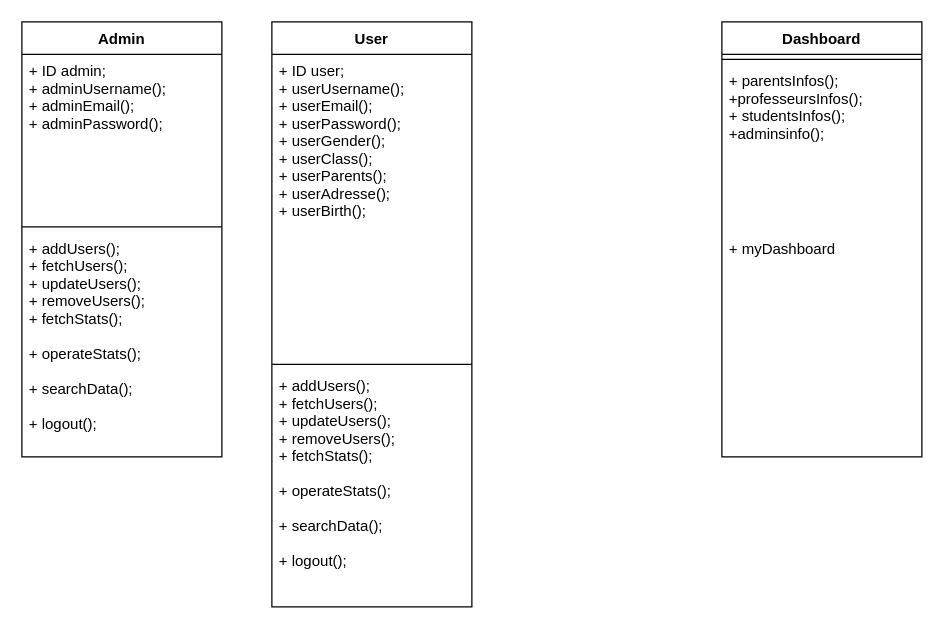
Before: Conceptions/UML/DiagramClass.drawio in JAMALEEY/Application-de-gestion-d-cole-BETA, a draw.io diagram. Source tidied: cells renumbered, new cells numbered last; positions are measured from the earlier drawing's top-left corner, leaving out a move shared by most shapes. Both pictures are drawn from the tidied source at 125%, with x=0, y=0 at pixel (21, 21).
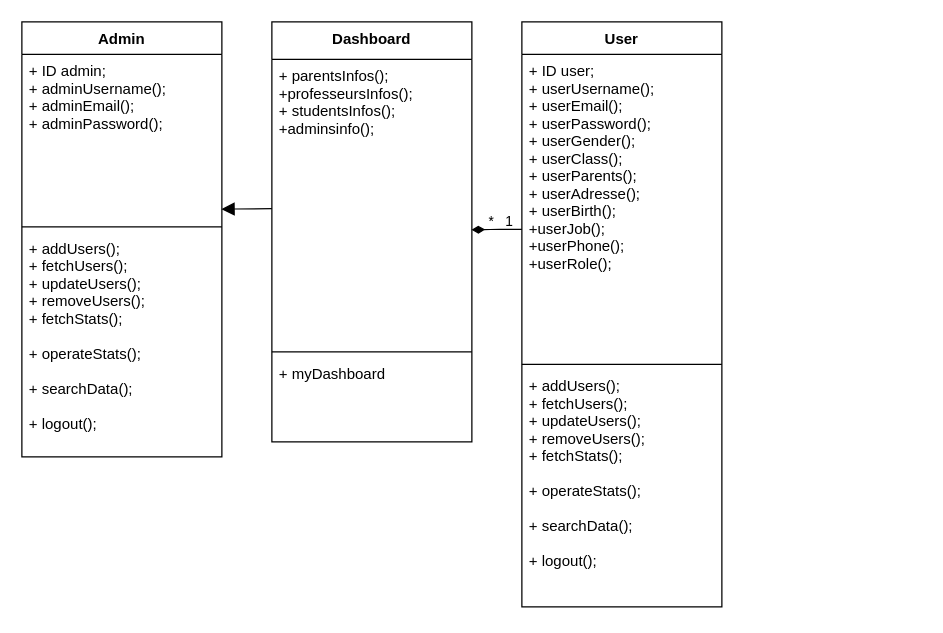
Above is the later version.

Commit message:
Finish Diagram Class.

The edit, as a diff of the source:
```diff
@@
 <mxGraphModel>
   <root>
     <mxCell id="0" />
     <mxCell id="1" parent="0" />
     <mxCell id="2" value="User" style="swimlane;fontStyle=1;align=center;verticalAlign=top;horizontal=1;startSize=26;" parent="1" vertex="1">
-      <mxGeometry x="200" width="160" height="468" as="geometry" />
+      <mxGeometry x="400" width="160" height="468" as="geometry" />
     </mxCell>
-    <mxCell id="3" value="+ ID user;&#10;+ userUsername();&#10;+ userEmail();&#10;+ userPassword();&#10;+ userGender();&#10;+ userClass();&#10;+ userParents();&#10;+ userAdresse();&#10;+ userBirth();&#10;&#10;&#10;" style="text;strokeColor=none;fillColor=none;align=left;verticalAlign=top;spacingLeft=4;spacingRight=4;overflow=hidden;" parent="2" vertex="1">
+    <mxCell id="3" value="+ ID user;&#10;+ userUsername();&#10;+ userEmail();&#10;+ userPassword();&#10;+ userGender();&#10;+ userClass();&#10;+ userParents();&#10;+ userAdresse();&#10;+ userBirth();&#10;+userJob();&#10;+userPhone();&#10;+userRole();&#10;&#10;&#10;&#10;" style="text;strokeColor=none;fillColor=none;align=left;verticalAlign=top;spacingLeft=4;spacingRight=4;overflow=hidden;" parent="2" vertex="1">
       <mxGeometry y="26" width="160" height="244" as="geometry" />
     </mxCell>
     <mxCell id="4" style="line;strokeWidth=1;fillColor=none;align=left;verticalAlign=middle;spacingTop=-1;spacingLeft=3;spacingRight=3;labelPosition=right;" parent="2" vertex="1">
       <mxGeometry y="270" width="160" height="8" as="geometry" />
     </mxCell>
     <mxCell id="5" value="+ addUsers();&#10;+ fetchUsers();&#10;+ updateUsers();&#10;+ removeUsers();&#10;+ fetchStats();&#10;&#10;+ operateStats();&#10;&#10;+ searchData();&#10;&#10;+ logout();&#10;" style="text;strokeColor=none;fillColor=none;align=left;verticalAlign=top;spacingLeft=4;spacingRight=4;overflow=hidden;" parent="2" vertex="1">
       <mxGeometry y="278" width="160" height="190" as="geometry" />
     </mxCell>
     <mxCell id="6" value="Admin" style="swimlane;fontStyle=1;align=center;verticalAlign=top;horizontal=1;startSize=26;" parent="1" vertex="1">
       <mxGeometry width="160" height="348" as="geometry" />
     </mxCell>
     <mxCell id="7" value="+ ID admin;&#10;+ adminUsername();&#10;+ adminEmail();&#10;+ adminPassword();&#10;&#10;" style="text;strokeColor=none;fillColor=none;align=left;verticalAlign=top;spacingLeft=4;spacingRight=4;overflow=hidden;points=[[0,0.5],[1,0.5]];portConstraint=eastwest;" parent="6" vertex="1">
       <mxGeometry y="26" width="160" height="134" as="geometry" />
     </mxCell>
     <mxCell id="8" style="line;strokeWidth=1;fillColor=none;align=left;verticalAlign=middle;spacingTop=-1;spacingLeft=3;spacingRight=3;labelPosition=right;" parent="6" vertex="1">
       <mxGeometry y="160" width="160" height="8" as="geometry" />
     </mxCell>
     <mxCell id="9" value="+ addUsers();&#10;+ fetchUsers();&#10;+ updateUsers();&#10;+ removeUsers();&#10;+ fetchStats();&#10;&#10;+ operateStats();&#10;&#10;+ searchData();&#10;&#10;+ logout();&#10;" style="text;strokeColor=none;fillColor=none;align=left;verticalAlign=top;spacingLeft=4;spacingRight=4;overflow=hidden;" parent="6" vertex="1">
       <mxGeometry y="168" width="160" height="180" as="geometry" />
     </mxCell>
-    <mxCell id="10" value="Dashboard" style="swimlane;fontStyle=1;align=center;verticalAlign=top;horizontal=1;startSize=26;" parent="1" vertex="1">
-      <mxGeometry x="560" width="160" height="348" as="geometry" />
+    <mxCell id="10" value="Dashboard" style="swimlane;fontStyle=1;align=center;verticalAlign=top;horizontal=1;startSize=30;" parent="1" vertex="1">
+      <mxGeometry x="200" width="160" height="336" as="geometry" />
     </mxCell>
+    <mxCell id="12" value="+ parentsInfos();&#10;+professeursInfos();&#10;+ studentsInfos();&#10;+adminsinfo();&#10;" style="text;strokeColor=none;fillColor=none;align=left;verticalAlign=top;spacingLeft=4;spacingRight=4;overflow=hidden;points=[[0,0.5],[1,0.5]];portConstraint=eastwest;" parent="10" vertex="1">
+      <mxGeometry y="30" width="160" height="230" as="geometry" />
+    </mxCell>
     <mxCell id="11" style="line;strokeWidth=1;fillColor=none;align=left;verticalAlign=middle;spacingTop=-1;spacingLeft=3;spacingRight=3;labelPosition=right;" parent="10" vertex="1">
-      <mxGeometry y="26" width="160" height="8" as="geometry" />
+      <mxGeometry y="260" width="160" height="8" as="geometry" />
     </mxCell>
-    <mxCell id="12" value="+ parentsInfos();&#10;+professeursInfos();&#10;+ studentsInfos();&#10;+adminsinfo();&#10;" style="text;strokeColor=none;fillColor=none;align=left;verticalAlign=top;spacingLeft=4;spacingRight=4;overflow=hidden;points=[[0,0.5],[1,0.5]];portConstraint=eastwest;" parent="10" vertex="1">
-      <mxGeometry y="34" width="160" height="134" as="geometry" />
-    </mxCell>
     <mxCell id="13" value="+ myDashboard" style="text;strokeColor=none;fillColor=none;align=left;verticalAlign=top;spacingLeft=4;spacingRight=4;overflow=hidden;" parent="10" vertex="1">
-      <mxGeometry y="168" width="160" height="180" as="geometry" />
+      <mxGeometry y="268" width="160" height="68" as="geometry" />
     </mxCell>
+    <mxCell id="14" style="endArrow=block;startArrow=none;endFill=1;startFill=0;endSize=8;html=1;labelBackgroundColor=none;exitX=0;exitY=0.519;exitDx=0;exitDy=0;entryX=0.998;entryY=0.924;entryDx=0;entryDy=0;entryPerimeter=0;exitPerimeter=0;" parent="1" edge="1" source="12" target="7">
+      <mxGeometry relative="1" as="geometry" />
+    </mxCell>
+    <mxCell id="15" value="&amp;nbsp; *&amp;nbsp; &amp;nbsp;1" style="endArrow=diamondThin;startArrow=none;endFill=1;startFill=0;endSize=8;html=1;labelBackgroundColor=none;exitX=0;exitY=0.519;exitDx=0;exitDy=0;entryX=0.998;entryY=0.924;entryDx=0;entryDy=0;entryPerimeter=0;exitPerimeter=0;" parent="1" edge="1">
+      <mxGeometry x="0.01" y="-6" relative="1" as="geometry">
+        <mxPoint x="400" y="166" as="sourcePoint" />
+        <mxPoint x="359.7" y="166.4" as="targetPoint" />
+        <Array as="points">
+          <mxPoint x="389.7" y="166" />
+          <mxPoint x="379.7" y="166" />
+        </Array>
+      </mxGeometry>
+    </mxCell>
   </root>
 </mxGraphModel>
```
